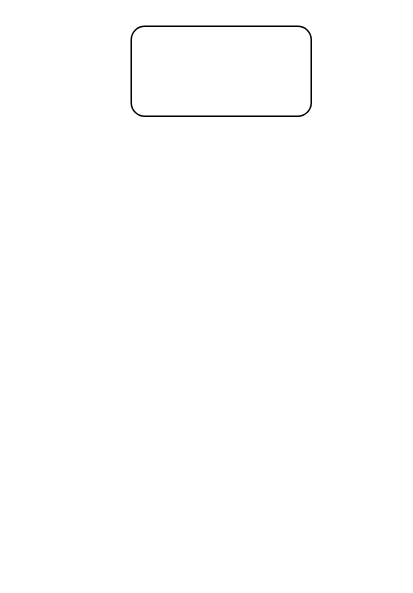
The draw.io diagram Untitled Diagram.drawio in sathishnecessary/demo, before the edit. Source tidied: cells renumbered, new cells numbered last; positions are measured from the earlier drawing's top-left corner, leaving out a move shared by most shapes. Both pictures are drawn from the tidied source at 150%, with x=0, y=0 at pixel (130, 26).
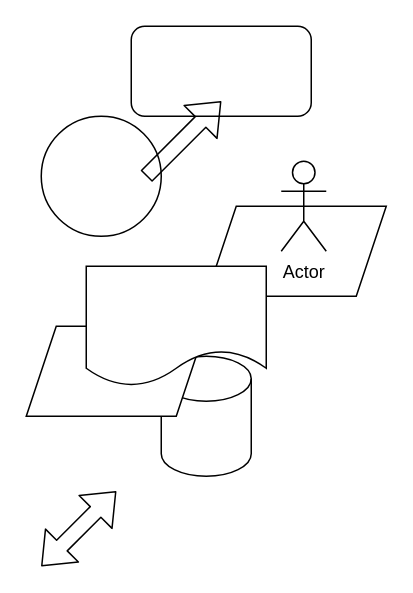
The same diagram, later.

The edit, as a diff of the source:
```diff
@@
 <mxGraphModel>
   <root>
     <mxCell id="0" />
     <mxCell id="1" parent="0" />
     <mxCell id="2" style="rounded=1;whiteSpace=wrap;html=1;" parent="1" vertex="1">
       <mxGeometry width="120" height="60" as="geometry" />
     </mxCell>
+    <mxCell id="3" style="shape=parallelogram;perimeter=parallelogramPerimeter;whiteSpace=wrap;html=1;fixedSize=1;" parent="1" vertex="1">
+      <mxGeometry x="50" y="120" width="120" height="60" as="geometry" />
+    </mxCell>
+    <mxCell id="4" style="ellipse;whiteSpace=wrap;html=1;" parent="1" vertex="1">
+      <mxGeometry x="-60" y="60" width="80" height="80" as="geometry" />
+    </mxCell>
+    <mxCell id="5" style="shape=cylinder3;whiteSpace=wrap;html=1;boundedLbl=1;backgroundOutline=1;size=15;" parent="1" vertex="1">
+      <mxGeometry x="20" y="220" width="60" height="80" as="geometry" />
+    </mxCell>
+    <mxCell id="6" style="shape=parallelogram;perimeter=parallelogramPerimeter;whiteSpace=wrap;html=1;fixedSize=1;" parent="1" vertex="1">
+      <mxGeometry x="-70" y="200" width="120" height="60" as="geometry" />
+    </mxCell>
+    <mxCell id="7" style="shape=flexArrow;endArrow=classic;startArrow=classic;html=1;" parent="1" edge="1">
+      <mxGeometry relative="1" as="geometry">
+        <mxPoint x="-60" y="360" as="sourcePoint" />
+        <mxPoint x="-10" y="310" as="targetPoint" />
+      </mxGeometry>
+    </mxCell>
+    <mxCell id="8" style="shape=document;whiteSpace=wrap;html=1;boundedLbl=1;" parent="1" vertex="1">
+      <mxGeometry x="-30" y="160" width="120" height="80" as="geometry" />
+    </mxCell>
+    <mxCell id="9" style="shape=flexArrow;endArrow=classic;html=1;" parent="1" edge="1">
+      <mxGeometry relative="1" as="geometry">
+        <mxPoint x="10" y="100" as="sourcePoint" />
+        <mxPoint x="60" y="50" as="targetPoint" />
+      </mxGeometry>
+    </mxCell>
+    <mxCell id="10" value="Actor" style="shape=umlActor;verticalLabelPosition=bottom;verticalAlign=top;html=1;" parent="1" vertex="1">
+      <mxGeometry x="100" y="90" width="30" height="60" as="geometry" />
+    </mxCell>
   </root>
 </mxGraphModel>
```
